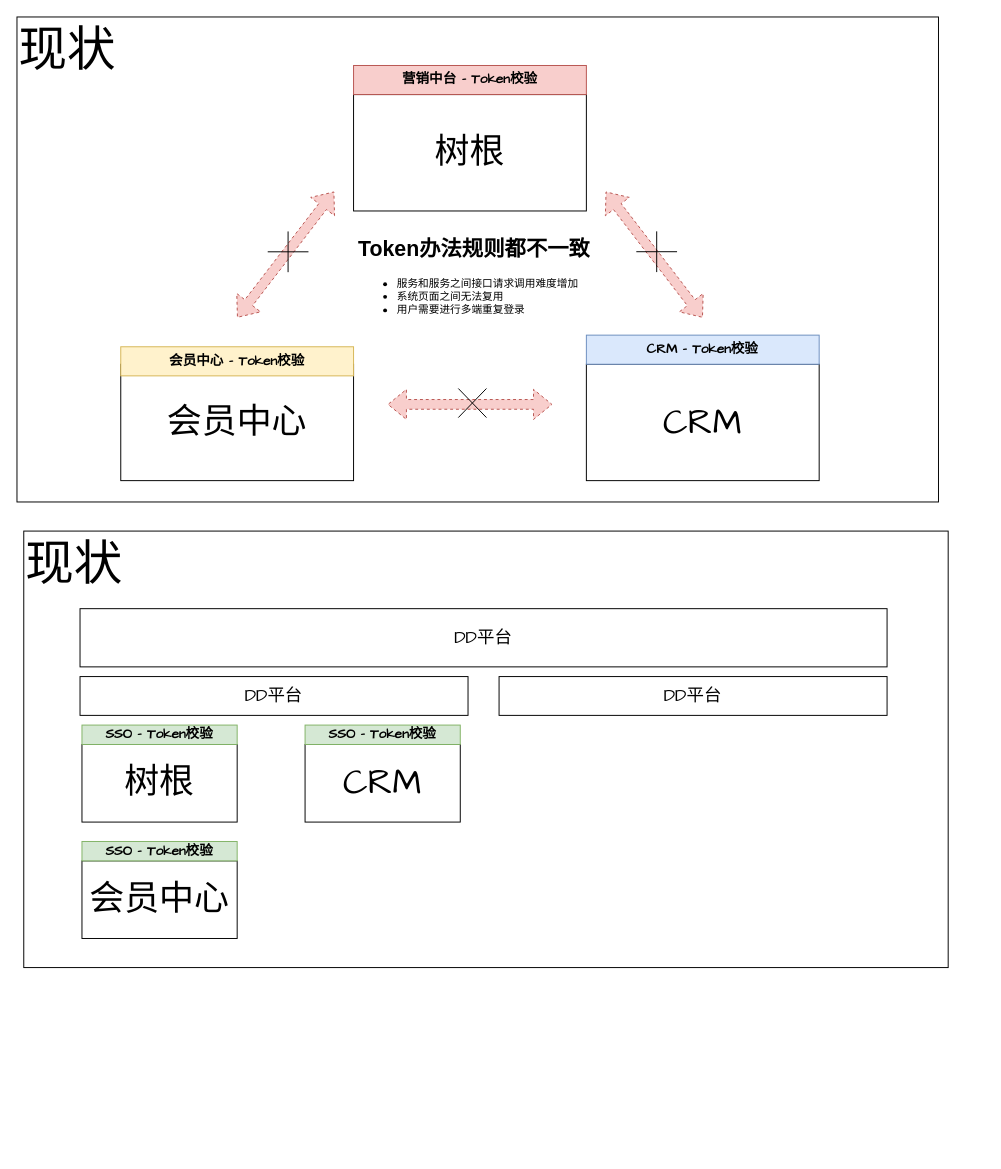
The draw.io diagram shinho/【0625】DD平台接入改造.drawio in 18857545022/-, before the edit. Source tidied: cells renumbered, new cells numbered last; positions are measured from the earlier drawing's top-left corner, leaving out a move shared by most shapes. Both pictures are drawn from the tidied source at 97%, with x=0, y=0 at pixel (16, 16).
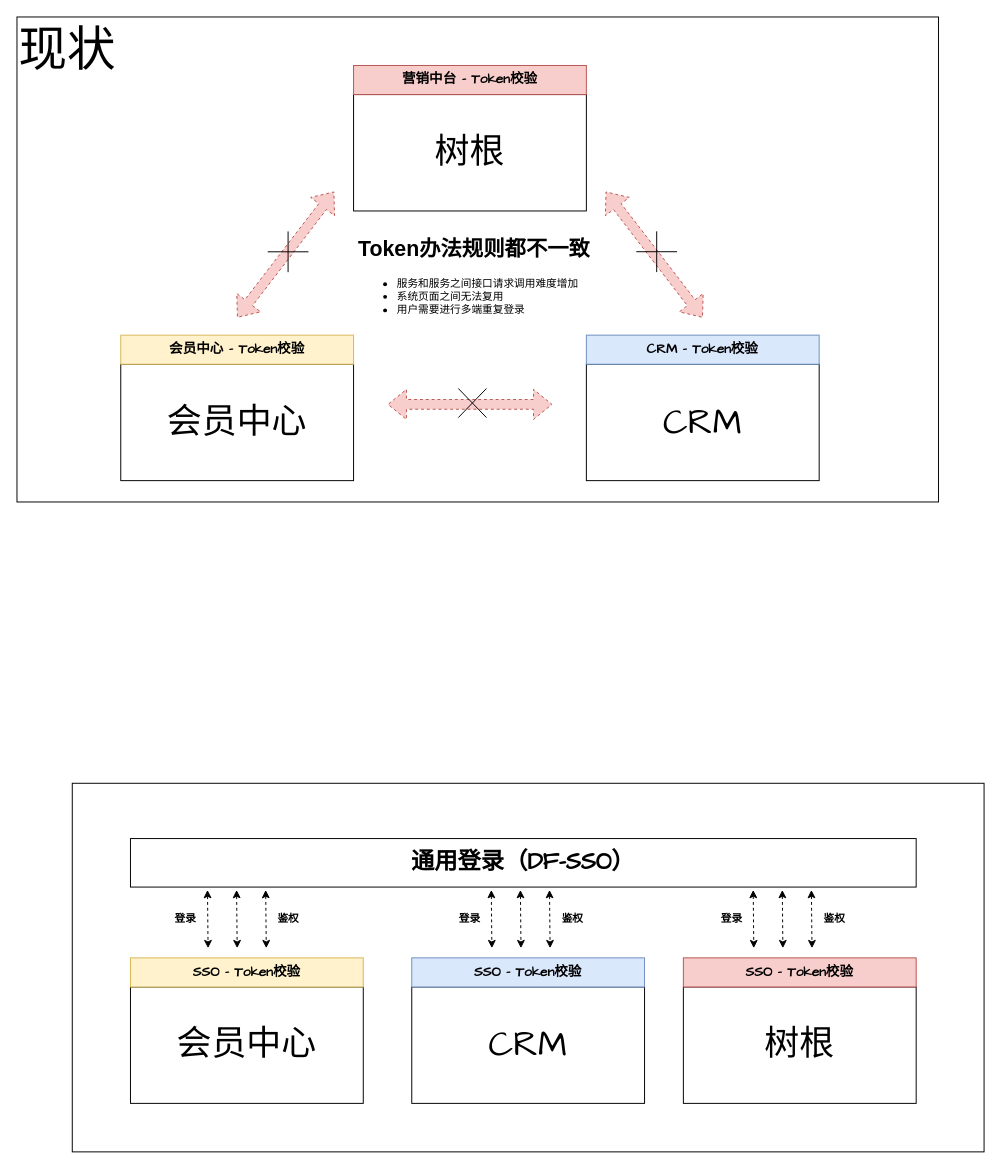
The same diagram, later.

Commit message (it also covers changes not shown here):
更新【0625】DD平台接入改造.drawio

The change refers to these unchanged cells:
```xml
<mxCell id="3" style="group;" parent="1" vertex="1">
  <mxGeometry x="107" y="328" width="240" height="150" as="geometry" />
</mxCell>
```

Change to the diagram source:
```diff
@@
+    <mxCell id="39" style="rounded=0;whiteSpace=wrap;html=1;hachureGap=4;fontFamily=Architects Daughter;fontSize=11;fontColor=default;labelBackgroundColor=default;" parent="1" vertex="1">
+      <mxGeometry x="57" y="790" width="940" height="380" as="geometry" />
+    </mxCell>
@@
     <mxCell id="5" value="&lt;font style=&quot;font-size: 14px;&quot;&gt;&lt;b&gt;会员中心 - Token校验&lt;/b&gt;&lt;/font&gt;" style="rounded=0;whiteSpace=wrap;html=1;hachureGap=4;fontFamily=Architects Daughter;fillColor=#fff2cc;strokeColor=#d6b656;" parent="3" vertex="1">
-      <mxGeometry y="12" width="240" height="30" as="geometry" />
+      <mxGeometry width="240" height="30" as="geometry" />
     </mxCell>
@@
-    <mxCell id="25" value="&lt;font style=&quot;font-size: 50px;&quot;&gt;现状&lt;/font&gt;" style="rounded=0;whiteSpace=wrap;html=1;hachureGap=4;fontFamily=Architects Daughter;fontSize=30;fontColor=default;labelBackgroundColor=default;verticalAlign=top;align=left;" parent="1" vertex="1">
-      <mxGeometry x="7" y="530" width="953" height="450" as="geometry" />
-    </mxCell>
-    <mxCell id="26" value="&lt;span style=&quot;font-size: 18px;&quot;&gt;DD平台&lt;/span&gt;" style="rounded=0;whiteSpace=wrap;html=1;hachureGap=4;fontFamily=Architects Daughter;fontSize=11;fontColor=default;labelBackgroundColor=default;" parent="1" vertex="1">
-      <mxGeometry x="65" y="610" width="832" height="60" as="geometry" />
-    </mxCell>
-    <mxCell id="27" style="group;" parent="1" vertex="1">
-      <mxGeometry x="67" y="850" width="160" height="100" as="geometry" />
-    </mxCell>
-    <mxCell id="28" style="group;" parent="27" vertex="1">
-      <mxGeometry width="160" height="100" as="geometry" />
-    </mxCell>
+    <mxCell id="40" style="group;" parent="1" vertex="1">
+      <mxGeometry x="407" y="970" width="240" height="150" as="geometry" />
+    </mxCell>
+    <mxCell id="32" value="&lt;font style=&quot;font-size: 36px;&quot;&gt;CRM&lt;/font&gt;" style="rounded=0;whiteSpace=wrap;html=1;hachureGap=4;fontFamily=Architects Daughter;" parent="40" vertex="1">
+      <mxGeometry y="30" width="240" height="120" as="geometry" />
+    </mxCell>
+    <mxCell id="41" value="&lt;b&gt;&lt;font style=&quot;font-size: 14px;&quot;&gt;SSO - Token校验&lt;/font&gt;&lt;/b&gt;" style="rounded=0;whiteSpace=wrap;html=1;hachureGap=4;fontFamily=Architects Daughter;fillColor=#dae8fc;strokeColor=#6c8ebf;" parent="40" vertex="1">
+      <mxGeometry width="240" height="30" as="geometry" />
+    </mxCell>
+    <mxCell id="42" style="group;" parent="1" vertex="1">
+      <mxGeometry x="687" y="970" width="240" height="150" as="geometry" />
+    </mxCell>
+    <mxCell id="35" value="&lt;span style=&quot;font-size: 36px;&quot;&gt;树根&lt;/span&gt;" style="rounded=0;whiteSpace=wrap;html=1;hachureGap=4;fontFamily=Architects Daughter;" parent="42" vertex="1">
+      <mxGeometry y="30" width="240" height="120" as="geometry" />
+    </mxCell>
+    <mxCell id="43" value="&lt;font style=&quot;font-size: 14px;&quot;&gt;&lt;b&gt;SSO - Token校验&lt;/b&gt;&lt;/font&gt;" style="rounded=0;whiteSpace=wrap;html=1;hachureGap=4;fontFamily=Architects Daughter;fillColor=#f8cecc;strokeColor=#b85450;" parent="42" vertex="1">
+      <mxGeometry width="240" height="30" as="geometry" />
+    </mxCell>
+    <mxCell id="44" style="group;" parent="1" vertex="1">
+      <mxGeometry x="117" y="970" width="240" height="150" as="geometry" />
+    </mxCell>
-    <mxCell id="29" value="&lt;font style=&quot;font-size: 36px;&quot;&gt;会员中心&lt;/font&gt;" style="rounded=0;whiteSpace=wrap;html=1;hachureGap=4;fontFamily=Architects Daughter;" parent="28" vertex="1">
-      <mxGeometry y="20" width="160" height="80" as="geometry" />
+    <mxCell id="29" value="&lt;font style=&quot;font-size: 36px;&quot;&gt;会员中心&lt;/font&gt;" style="rounded=0;whiteSpace=wrap;html=1;hachureGap=4;fontFamily=Architects Daughter;" parent="44" vertex="1">
+      <mxGeometry y="30" width="240" height="120" as="geometry" />
     </mxCell>
-    <mxCell id="30" value="&lt;font style=&quot;font-size: 14px;&quot;&gt;&lt;b&gt;SSO - Token校验&lt;/b&gt;&lt;/font&gt;" style="rounded=0;whiteSpace=wrap;html=1;hachureGap=4;fontFamily=Architects Daughter;fillColor=#d5e8d4;strokeColor=#82b366;" parent="28" vertex="1">
-      <mxGeometry width="160" height="20" as="geometry" />
-    </mxCell>
-    <mxCell id="31" style="group;" parent="1" vertex="1">
-      <mxGeometry x="297" y="730" width="160" height="100" as="geometry" />
-    </mxCell>
-    <mxCell id="32" value="&lt;font style=&quot;font-size: 36px;&quot;&gt;CRM&lt;/font&gt;" style="rounded=0;whiteSpace=wrap;html=1;hachureGap=4;fontFamily=Architects Daughter;" parent="31" vertex="1">
-      <mxGeometry y="20" width="160" height="80" as="geometry" />
-    </mxCell>
-    <mxCell id="33" value="&lt;b&gt;&lt;font style=&quot;font-size: 14px;&quot;&gt;SSO - Token校验&lt;/font&gt;&lt;/b&gt;" style="rounded=0;whiteSpace=wrap;html=1;hachureGap=4;fontFamily=Architects Daughter;fillColor=#d5e8d4;strokeColor=#82b366;" parent="31" vertex="1">
-      <mxGeometry width="160" height="20" as="geometry" />
-    </mxCell>
-    <mxCell id="34" style="group;" parent="1" vertex="1">
-      <mxGeometry x="67" y="730" width="160" height="100" as="geometry" />
-    </mxCell>
-    <mxCell id="35" value="&lt;span style=&quot;font-size: 36px;&quot;&gt;树根&lt;/span&gt;" style="rounded=0;whiteSpace=wrap;html=1;hachureGap=4;fontFamily=Architects Daughter;" parent="34" vertex="1">
-      <mxGeometry y="20" width="160" height="80" as="geometry" />
-    </mxCell>
-    <mxCell id="36" value="&lt;font style=&quot;font-size: 14px;&quot;&gt;&lt;b&gt;SSO - Token校验&lt;/b&gt;&lt;/font&gt;" style="rounded=0;whiteSpace=wrap;html=1;hachureGap=4;fontFamily=Architects Daughter;fillColor=#d5e8d4;strokeColor=#82b366;" parent="34" vertex="1">
-      <mxGeometry width="160" height="20" as="geometry" />
-    </mxCell>
-    <mxCell id="37" value="&lt;span style=&quot;font-size: 18px;&quot;&gt;DD平台&lt;/span&gt;" style="rounded=0;whiteSpace=wrap;html=1;hachureGap=4;fontFamily=Architects Daughter;fontSize=11;fontColor=default;labelBackgroundColor=default;" parent="1" vertex="1">
-      <mxGeometry x="497" y="680" width="400" height="40" as="geometry" />
-    </mxCell>
-    <mxCell id="38" value="&lt;span style=&quot;font-size: 18px;&quot;&gt;DD平台&lt;/span&gt;" style="rounded=0;whiteSpace=wrap;html=1;hachureGap=4;fontFamily=Architects Daughter;fontSize=11;fontColor=default;labelBackgroundColor=default;" parent="1" vertex="1">
-      <mxGeometry x="65" y="680" width="400" height="40" as="geometry" />
-    </mxCell>
+    <mxCell id="45" value="&lt;font style=&quot;font-size: 14px;&quot;&gt;&lt;b&gt;SSO - Token校验&lt;/b&gt;&lt;/font&gt;" style="rounded=0;whiteSpace=wrap;html=1;hachureGap=4;fontFamily=Architects Daughter;fillColor=#fff2cc;strokeColor=#d6b656;" parent="44" vertex="1">
+      <mxGeometry width="240" height="30" as="geometry" />
+    </mxCell>
+    <mxCell id="46" value="&lt;font style=&quot;font-size: 24px;&quot;&gt;&lt;b&gt;通用登录（DF-SSO）&lt;/b&gt;&lt;/font&gt;" style="rounded=0;whiteSpace=wrap;html=1;hachureGap=4;fontFamily=Architects Daughter;fontSize=11;fontColor=default;labelBackgroundColor=default;" parent="1" vertex="1">
+      <mxGeometry x="117" y="847" width="810" height="50" as="geometry" />
+    </mxCell>
+    <mxCell id="47" style="group;" parent="1" vertex="1">
+      <mxGeometry x="144.4" y="900" width="165.6" height="60" as="geometry" />
+    </mxCell>
+    <mxCell id="48" style="group;" parent="47" vertex="1">
+      <mxGeometry x="52" width="60.6" height="60" as="geometry" />
+    </mxCell>
+    <mxCell id="49" style="endArrow=classic;startArrow=classic;html=1;rounded=0;hachureGap=4;strokeColor=default;align=center;verticalAlign=middle;fontFamily=Architects Daughter;fontSize=11;fontColor=default;labelBackgroundColor=default;dashed=1;" parent="48" edge="1">
+      <mxGeometry relative="1" as="geometry">
+        <mxPoint as="sourcePoint" />
+        <mxPoint x="0.6" y="60" as="targetPoint" />
+      </mxGeometry>
+    </mxCell>
+    <mxCell id="50" style="endArrow=classic;startArrow=classic;html=1;rounded=0;hachureGap=4;strokeColor=default;align=center;verticalAlign=middle;fontFamily=Architects Daughter;fontSize=11;fontColor=default;labelBackgroundColor=default;dashed=1;" parent="48" edge="1">
+      <mxGeometry relative="1" as="geometry">
+        <mxPoint x="60" as="sourcePoint" />
+        <mxPoint x="60.6" y="60" as="targetPoint" />
+      </mxGeometry>
+    </mxCell>
+    <mxCell id="51" style="endArrow=classic;startArrow=classic;html=1;rounded=0;hachureGap=4;strokeColor=default;align=center;verticalAlign=middle;fontFamily=Architects Daughter;fontSize=11;fontColor=default;labelBackgroundColor=default;dashed=1;" parent="48" edge="1">
+      <mxGeometry relative="1" as="geometry">
+        <mxPoint x="30" as="sourcePoint" />
+        <mxPoint x="30.6" y="60" as="targetPoint" />
+      </mxGeometry>
+    </mxCell>
+    <mxCell id="52" value="&lt;b&gt;登录&lt;/b&gt;" style="text;html=1;align=center;verticalAlign=middle;whiteSpace=wrap;rounded=0;fontFamily=Architects Daughter;fontSize=11;fontColor=default;labelBackgroundColor=default;" parent="47" vertex="1">
+      <mxGeometry y="15" width="60" height="30" as="geometry" />
+    </mxCell>
+    <mxCell id="53" value="&lt;b&gt;鉴权&lt;/b&gt;" style="text;html=1;align=center;verticalAlign=middle;whiteSpace=wrap;rounded=0;fontFamily=Architects Daughter;fontSize=11;fontColor=default;labelBackgroundColor=default;" parent="47" vertex="1">
+      <mxGeometry x="105.6" y="15" width="60" height="30" as="geometry" />
+    </mxCell>
+    <mxCell id="54" style="group;" parent="1" vertex="1">
+      <mxGeometry x="437" y="900" width="165.6" height="60" as="geometry" />
+    </mxCell>
+    <mxCell id="55" style="group;" parent="54" vertex="1">
+      <mxGeometry x="52" width="60.6" height="60" as="geometry" />
+    </mxCell>
+    <mxCell id="56" style="endArrow=classic;startArrow=classic;html=1;rounded=0;hachureGap=4;strokeColor=default;align=center;verticalAlign=middle;fontFamily=Architects Daughter;fontSize=11;fontColor=default;labelBackgroundColor=default;dashed=1;" parent="55" edge="1">
+      <mxGeometry relative="1" as="geometry">
+        <mxPoint as="sourcePoint" />
+        <mxPoint x="0.6" y="60" as="targetPoint" />
+      </mxGeometry>
+    </mxCell>
+    <mxCell id="57" style="endArrow=classic;startArrow=classic;html=1;rounded=0;hachureGap=4;strokeColor=default;align=center;verticalAlign=middle;fontFamily=Architects Daughter;fontSize=11;fontColor=default;labelBackgroundColor=default;dashed=1;" parent="55" edge="1">
+      <mxGeometry relative="1" as="geometry">
+        <mxPoint x="60" as="sourcePoint" />
+        <mxPoint x="60.6" y="60" as="targetPoint" />
+      </mxGeometry>
+    </mxCell>
+    <mxCell id="58" style="endArrow=classic;startArrow=classic;html=1;rounded=0;hachureGap=4;strokeColor=default;align=center;verticalAlign=middle;fontFamily=Architects Daughter;fontSize=11;fontColor=default;labelBackgroundColor=default;dashed=1;" parent="55" edge="1">
+      <mxGeometry relative="1" as="geometry">
+        <mxPoint x="30" as="sourcePoint" />
+        <mxPoint x="30.6" y="60" as="targetPoint" />
+      </mxGeometry>
+    </mxCell>
+    <mxCell id="59" value="&lt;b&gt;登录&lt;/b&gt;" style="text;html=1;align=center;verticalAlign=middle;whiteSpace=wrap;rounded=0;fontFamily=Architects Daughter;fontSize=11;fontColor=default;labelBackgroundColor=default;" parent="54" vertex="1">
+      <mxGeometry y="15" width="60" height="30" as="geometry" />
+    </mxCell>
+    <mxCell id="60" value="&lt;b&gt;鉴权&lt;/b&gt;" style="text;html=1;align=center;verticalAlign=middle;whiteSpace=wrap;rounded=0;fontFamily=Architects Daughter;fontSize=11;fontColor=default;labelBackgroundColor=default;" parent="54" vertex="1">
+      <mxGeometry x="105.6" y="15" width="60" height="30" as="geometry" />
+    </mxCell>
+    <mxCell id="61" style="group;" parent="1" vertex="1">
+      <mxGeometry x="707" y="900" width="165.6" height="60" as="geometry" />
+    </mxCell>
+    <mxCell id="62" style="group;" parent="61" vertex="1">
+      <mxGeometry x="52" width="60.6" height="60" as="geometry" />
+    </mxCell>
+    <mxCell id="63" style="endArrow=classic;startArrow=classic;html=1;rounded=0;hachureGap=4;strokeColor=default;align=center;verticalAlign=middle;fontFamily=Architects Daughter;fontSize=11;fontColor=default;labelBackgroundColor=default;dashed=1;" parent="62" edge="1">
+      <mxGeometry relative="1" as="geometry">
+        <mxPoint as="sourcePoint" />
+        <mxPoint x="0.6" y="60" as="targetPoint" />
+      </mxGeometry>
+    </mxCell>
+    <mxCell id="64" style="endArrow=classic;startArrow=classic;html=1;rounded=0;hachureGap=4;strokeColor=default;align=center;verticalAlign=middle;fontFamily=Architects Daughter;fontSize=11;fontColor=default;labelBackgroundColor=default;dashed=1;" parent="62" edge="1">
+      <mxGeometry relative="1" as="geometry">
+        <mxPoint x="60" as="sourcePoint" />
+        <mxPoint x="60.6" y="60" as="targetPoint" />
+      </mxGeometry>
+    </mxCell>
+    <mxCell id="65" style="endArrow=classic;startArrow=classic;html=1;rounded=0;hachureGap=4;strokeColor=default;align=center;verticalAlign=middle;fontFamily=Architects Daughter;fontSize=11;fontColor=default;labelBackgroundColor=default;dashed=1;" parent="62" edge="1">
+      <mxGeometry relative="1" as="geometry">
+        <mxPoint x="30" as="sourcePoint" />
+        <mxPoint x="30.6" y="60" as="targetPoint" />
+      </mxGeometry>
+    </mxCell>
+    <mxCell id="66" value="&lt;b&gt;登录&lt;/b&gt;" style="text;html=1;align=center;verticalAlign=middle;whiteSpace=wrap;rounded=0;fontFamily=Architects Daughter;fontSize=11;fontColor=default;labelBackgroundColor=default;" parent="61" vertex="1">
+      <mxGeometry y="15" width="60" height="30" as="geometry" />
+    </mxCell>
+    <mxCell id="67" value="&lt;b&gt;鉴权&lt;/b&gt;" style="text;html=1;align=center;verticalAlign=middle;whiteSpace=wrap;rounded=0;fontFamily=Architects Daughter;fontSize=11;fontColor=default;labelBackgroundColor=default;" parent="61" vertex="1">
+      <mxGeometry x="105.6" y="15" width="60" height="30" as="geometry" />
+    </mxCell>
```
